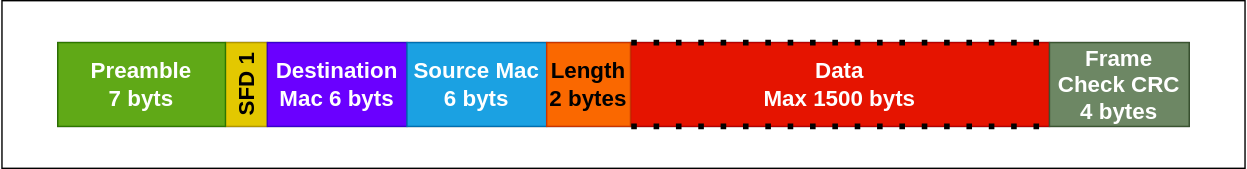
This is TCPIP MODEL/SVGs/TCPIP-Frame-Header.drawio.svg from yeasin097/poridhi_network, a draw.io export, as it was before one commit. Source tidied: cells renumbered, new cells last; positions are measured from the earlier drawing's top-left corner, leaving out a move shared by most shapes.
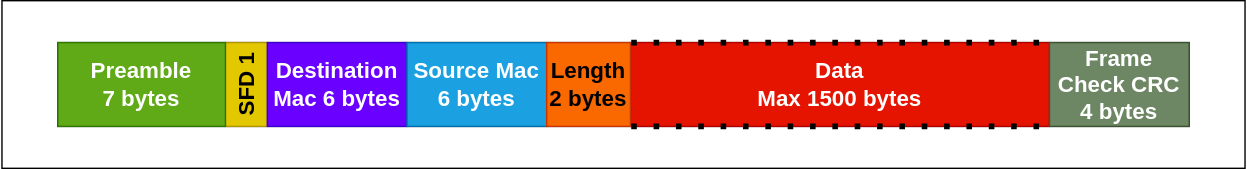
The same diagram one commit later.

What changed in the source:
```diff
@@ -11,16 +11,16 @@
     <mxCell id="4" value="SFD 1" style="rounded=0;whiteSpace=wrap;html=1;rotation=-90;fontSize=16;fontStyle=1;fillColor=#e3c800;fontColor=#000000;strokeColor=#B09500;" parent="1" vertex="1">
       <mxGeometry x="145" y="45" width="60" height="30" as="geometry" />
     </mxCell>
-    <mxCell id="5" value="Preamble&lt;div&gt;7 byts&lt;/div&gt;" style="rounded=0;whiteSpace=wrap;html=1;fillColor=#60a917;fontColor=#ffffff;strokeColor=#2D7600;fontSize=16;fontStyle=1;" parent="1" vertex="1">
+    <mxCell id="5" value="Preamble&lt;div&gt;7 bytes&lt;/div&gt;" style="rounded=0;whiteSpace=wrap;html=1;fillColor=#60a917;fontColor=#ffffff;strokeColor=#2D7600;fontSize=16;fontStyle=1;" parent="1" vertex="1">
       <mxGeometry x="40" y="30" width="120" height="60" as="geometry" />
     </mxCell>
-    <mxCell id="6" value="Data&lt;div&gt;Max 1500 byts&lt;/div&gt;" style="rounded=0;whiteSpace=wrap;html=1;shadow=0;strokeColor=#B20000;fillColor=#e51400;fontColor=#ffffff;fontSize=16;fontStyle=1;" parent="1" vertex="1">
+    <mxCell id="6" value="Data&lt;div&gt;Max 1500 bytes&lt;/div&gt;" style="rounded=0;whiteSpace=wrap;html=1;shadow=0;strokeColor=#B20000;fillColor=#e51400;fontColor=#ffffff;fontSize=16;fontStyle=1;" parent="1" vertex="1">
       <mxGeometry x="450" y="30" width="300" height="60" as="geometry" />
     </mxCell>
-    <mxCell id="7" value="Destination Mac 6 byts" style="rounded=0;whiteSpace=wrap;html=1;fillColor=#6a00ff;fontColor=#ffffff;strokeColor=#3700CC;fontSize=16;fontStyle=1;" parent="1" vertex="1">
+    <mxCell id="7" value="Destination Mac 6 bytes" style="rounded=0;whiteSpace=wrap;html=1;fillColor=#6a00ff;fontColor=#ffffff;strokeColor=#3700CC;fontSize=16;fontStyle=1;" parent="1" vertex="1">
       <mxGeometry x="190" y="30" width="100" height="60" as="geometry" />
     </mxCell>
-    <mxCell id="8" value="Source Mac&lt;div&gt;6 byts&lt;/div&gt;" style="rounded=0;whiteSpace=wrap;html=1;fillColor=#1ba1e2;fontColor=#ffffff;strokeColor=#006EAF;fontSize=16;fontStyle=1;" parent="1" vertex="1">
+    <mxCell id="8" value="Source Mac&lt;div&gt;6 bytes&lt;/div&gt;" style="rounded=0;whiteSpace=wrap;html=1;fillColor=#1ba1e2;fontColor=#ffffff;strokeColor=#006EAF;fontSize=16;fontStyle=1;" parent="1" vertex="1">
       <mxGeometry x="290" y="30" width="100" height="60" as="geometry" />
     </mxCell>
     <mxCell id="9" value="Length&lt;div&gt;2 bytes&lt;/div&gt;" style="rounded=0;whiteSpace=wrap;html=1;fillColor=#fa6800;fontColor=#000000;strokeColor=#C73500;fontSize=16;fontStyle=1;" parent="1" vertex="1">
```
